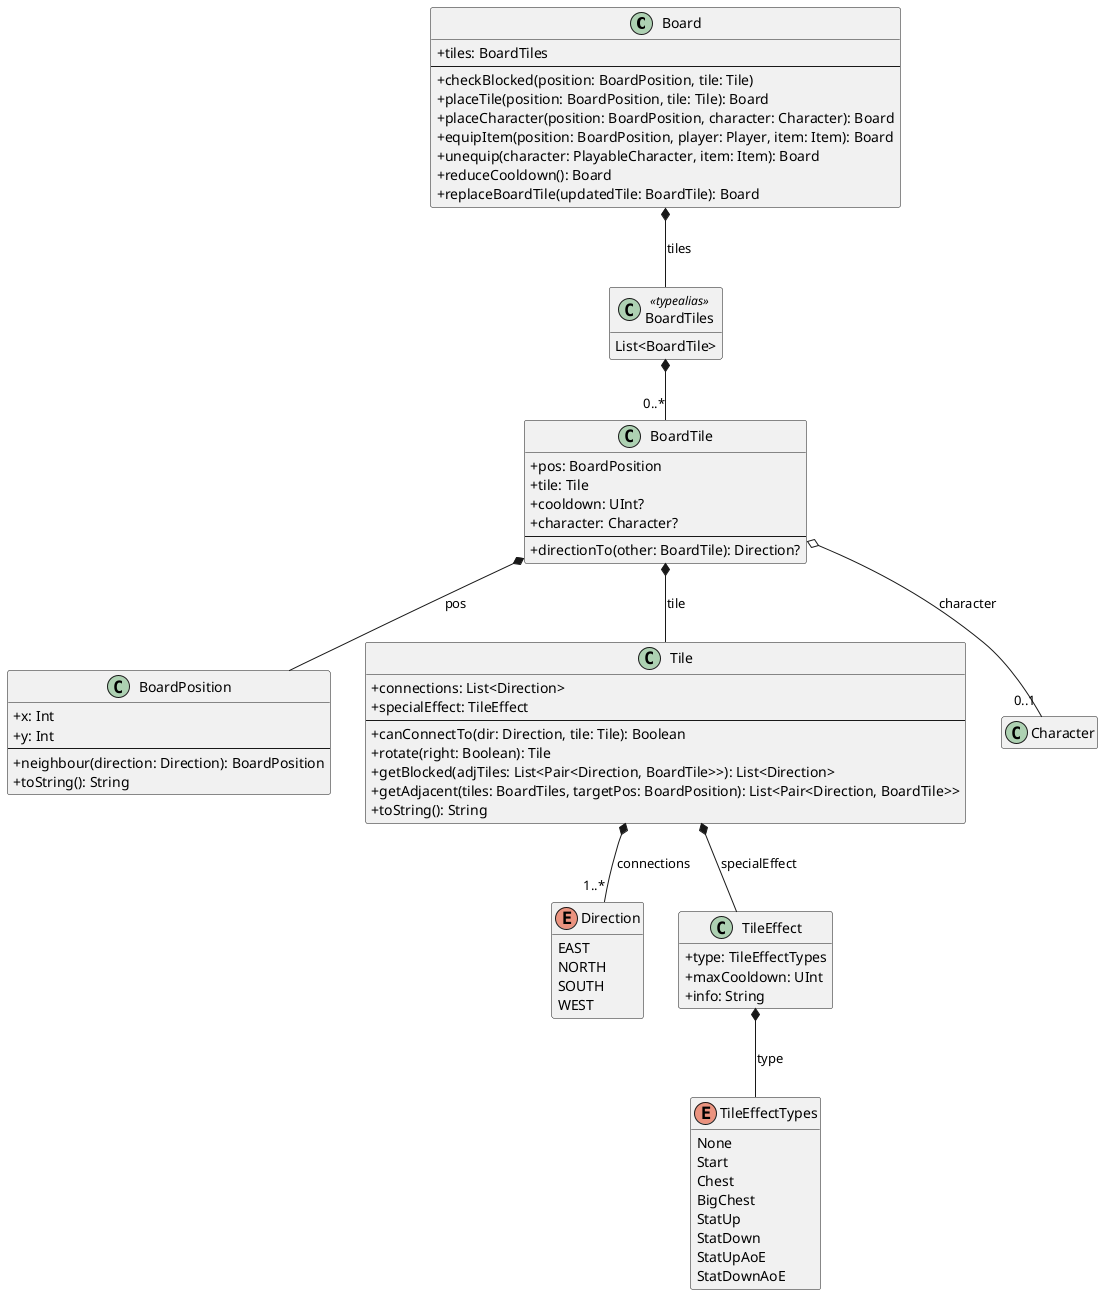
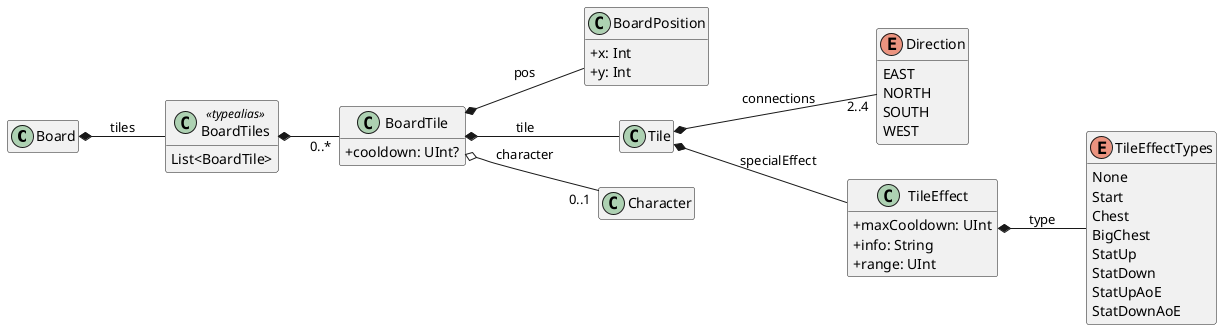
@startuml DominioBoard
hide empty members
skinparam classAttributeIconSize 0
+ left to right direction

- class Board {
-   +tiles: BoardTiles
-   --
-   +checkBlocked(position: BoardPosition, tile: Tile)
-   +placeTile(position: BoardPosition, tile: Tile): Board
-   +placeCharacter(position: BoardPosition, character: Character): Board
-   +equipItem(position: BoardPosition, player: Player, item: Item): Board
-   +unequip(character: PlayableCharacter, item: Item): Board
-   +reduceCooldown(): Board
-   +replaceBoardTile(updatedTile: BoardTile): Board
- }
+ class Board

class BoardTile {
-   +pos: BoardPosition
-   +tile: Tile
  +cooldown: UInt?
-   +character: Character?
-   --
-   +directionTo(other: BoardTile): Direction?
}

class BoardPosition {
  +x: Int
  +y: Int
-   --
-   +neighbour(direction: Direction): BoardPosition
-   +toString(): String
}

- class Tile {
-   +connections: List<Direction>
-   +specialEffect: TileEffect
-   --
-   +canConnectTo(dir: Direction, tile: Tile): Boolean
-   +rotate(right: Boolean): Tile
-   +getBlocked(adjTiles: List<Pair<Direction, BoardTile>>): List<Direction>
-   +getAdjacent(tiles: BoardTiles, targetPos: BoardPosition): List<Pair<Direction, BoardTile>>
-   +toString(): String
- }
+ class Tile

enum Direction {
  EAST
  NORTH
  SOUTH
  WEST
}

class TileEffect {
-   +type: TileEffectTypes
  +maxCooldown: UInt
  +info: String
+   +range: UInt
}

enum TileEffectTypes {
  None
  Start
  Chest
  BigChest
  StatUp
  StatDown
  StatUpAoE
  StatDownAoE
}

class BoardTiles <<typealias>> {
  List<BoardTile>
}

Board *-- BoardTiles : tiles
BoardTiles *-- "0..*" BoardTile

BoardTile *-- BoardPosition : pos
BoardTile *-- Tile : tile
BoardTile o-- "0..1" Character : character

- Tile *-- "1..*" Direction : connections
+ Tile *-- "2..4" Direction : connections
Tile *-- TileEffect : specialEffect

TileEffect *-- TileEffectTypes : type

@enduml
